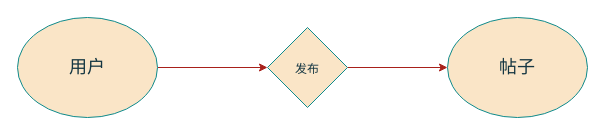
Earlier version of the draw.io diagram map/minihubER.drawio (msqtt/Sources). Source tidied: cells renumbered, new cells numbered last; positions are measured from the earlier drawing's top-left corner, leaving out a move shared by most shapes. Both pictures are drawn from the tidied source at 100%, with x=0, y=0 at pixel (17, 17).
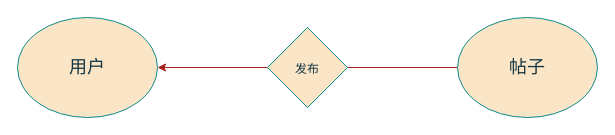
The same diagram, later.

Change to the diagram source:
```diff
@@
 <mxGraphModel>
   <root>
     <mxCell id="0" />
     <mxCell id="1" parent="0" />
+    <mxCell id="5" style="rounded=0;jettySize=auto;html=1;strokeColor=#A8201A;fontColor=#143642;fillColor=#FAE5C7;endArrow=none;endFill=0;" parent="1" edge="1" source="6" target="4">
+      <mxGeometry relative="1" as="geometry" />
+    </mxCell>
-    <mxCell id="2" style="edgeStyle=orthogonalEdgeStyle;rounded=0;jettySize=auto;html=1;strokeColor=#A8201A;fontColor=#143642;fillColor=#FAE5C7;" parent="1" edge="1" source="3" target="6">
+    <mxCell id="2" style="edgeStyle=orthogonalEdgeStyle;rounded=0;jettySize=auto;html=1;strokeColor=#A8201A;fontColor=#143642;fillColor=#FAE5C7;" parent="1" edge="1" source="6" target="3">
       <mxGeometry relative="1" as="geometry" />
     </mxCell>
     <mxCell id="3" value="用户" style="ellipse;whiteSpace=wrap;html=1;fontSize=18;labelBackgroundColor=none;fillColor=#FAE5C7;strokeColor=#0F8B8D;fontColor=#143642;" parent="1" vertex="1">
       <mxGeometry width="140" height="100" as="geometry" />
     </mxCell>
     <mxCell id="4" value="帖子" style="ellipse;whiteSpace=wrap;html=1;fontSize=18;labelBackgroundColor=none;fillColor=#FAE5C7;strokeColor=#0F8B8D;fontColor=#143642;" parent="1" vertex="1">
-      <mxGeometry x="430" width="140" height="100" as="geometry" />
+      <mxGeometry x="440" width="140" height="100" as="geometry" />
     </mxCell>
-    <mxCell id="5" style="edgeStyle=orthogonalEdgeStyle;rounded=0;jettySize=auto;html=1;strokeColor=#A8201A;fontColor=#143642;fillColor=#FAE5C7;" parent="1" edge="1" source="6" target="4">
-      <mxGeometry relative="1" as="geometry" />
-    </mxCell>
     <mxCell id="6" value="&lt;font style=&quot;font-size: 12px;&quot;&gt;发布&lt;/font&gt;" style="rhombus;whiteSpace=wrap;html=1;fontSize=18;fillColor=#FAE5C7;strokeColor=#0F8B8D;fontColor=#143642;labelBackgroundColor=none;" parent="1" vertex="1">
       <mxGeometry x="250" y="10" width="80" height="80" as="geometry" />
     </mxCell>
   </root>
 </mxGraphModel>
```
